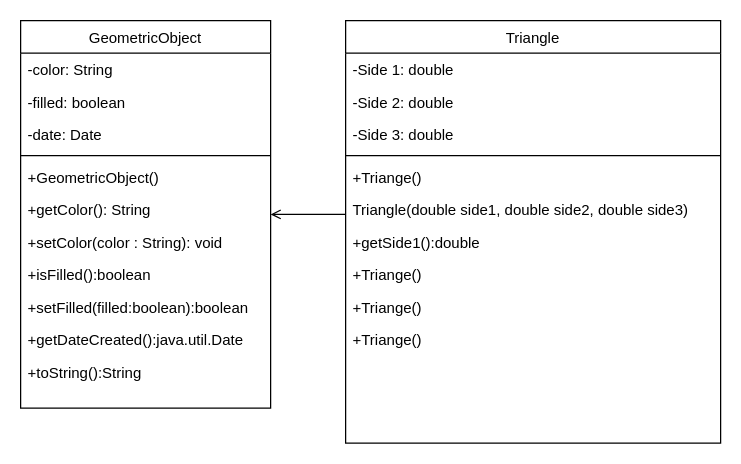
Earlier version of the draw.io diagram Untitled Diagram.drawio (JamsherBhanbhro/LintCode). Source tidied: cells renumbered, new cells numbered last; positions are measured from the earlier drawing's top-left corner, leaving out a move shared by most shapes. Both pictures are drawn from the tidied source at 125%, with x=0, y=0 at pixel (20, 20).
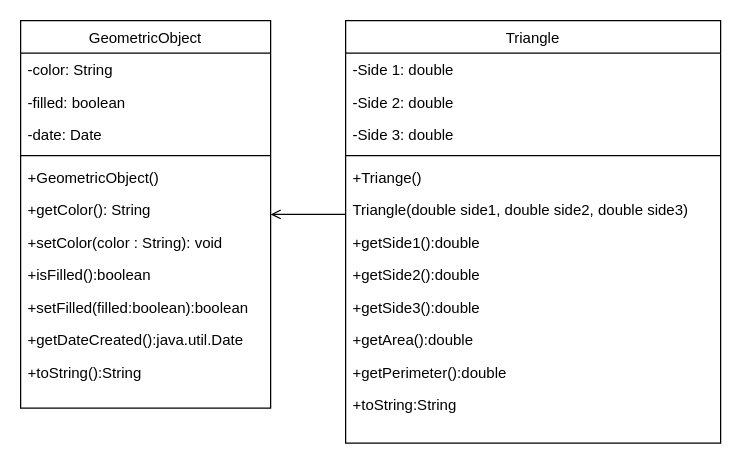
After the change.

The change refers to these unchanged cells:
```xml
<mxCell id="15" value="Triangle" style="swimlane;fontStyle=0;align=center;verticalAlign=top;horizontal=1;startSize=26;rounded=0;shadow=0;strokeWidth=1;" parent="1" vertex="1">
  <mxGeometry x="260" width="300" height="338" as="geometry" />
</mxCell>
```

Change to the diagram source:
```diff
@@
-    <mxCell id="23" value="+Triange()" style="text;align=left;verticalAlign=top;spacingLeft=4;spacingRight=4;overflow=hidden;" parent="15" vertex="1">
+    <mxCell id="23" value="+getSide2():double" style="text;align=left;verticalAlign=top;spacingLeft=4;spacingRight=4;overflow=hidden;" parent="15" vertex="1">
       <mxGeometry y="190" width="300" height="26" as="geometry" />
     </mxCell>
-    <mxCell id="24" value="+Triange()" style="text;align=left;verticalAlign=top;spacingLeft=4;spacingRight=4;overflow=hidden;" parent="15" vertex="1">
+    <mxCell id="24" value="+getSide3():double" style="text;align=left;verticalAlign=top;spacingLeft=4;spacingRight=4;overflow=hidden;" parent="15" vertex="1">
       <mxGeometry y="216" width="300" height="26" as="geometry" />
     </mxCell>
-    <mxCell id="25" value="+Triange()" style="text;align=left;verticalAlign=top;spacingLeft=4;spacingRight=4;overflow=hidden;" parent="15" vertex="1">
+    <mxCell id="25" value="+getArea():double" style="text;align=left;verticalAlign=top;spacingLeft=4;spacingRight=4;overflow=hidden;" parent="15" vertex="1">
       <mxGeometry y="242" width="300" height="26" as="geometry" />
     </mxCell>
+    <mxCell id="26" value="+getPerimeter():double" style="text;align=left;verticalAlign=top;spacingLeft=4;spacingRight=4;overflow=hidden;" parent="15" vertex="1">
+      <mxGeometry y="268" width="300" height="26" as="geometry" />
+    </mxCell>
+    <mxCell id="27" value="+toString:String" style="text;align=left;verticalAlign=top;spacingLeft=4;spacingRight=4;overflow=hidden;" parent="15" vertex="1">
+      <mxGeometry y="294" width="300" height="26" as="geometry" />
+    </mxCell>
```
